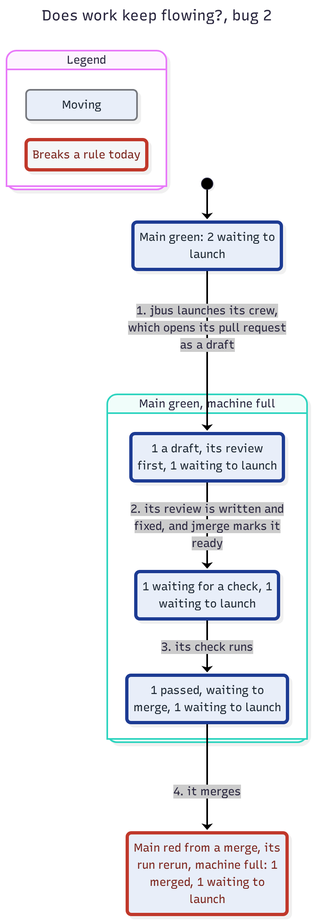
Before: features/jmerge/spec/FlowToday-statechart/bug-2.png, a diagram exported from Mermaid (JoshuaHayesWasHere/jstack). Its source is kept beside it as features/jmerge/spec/FlowToday-statechart/bug-2.mmd.
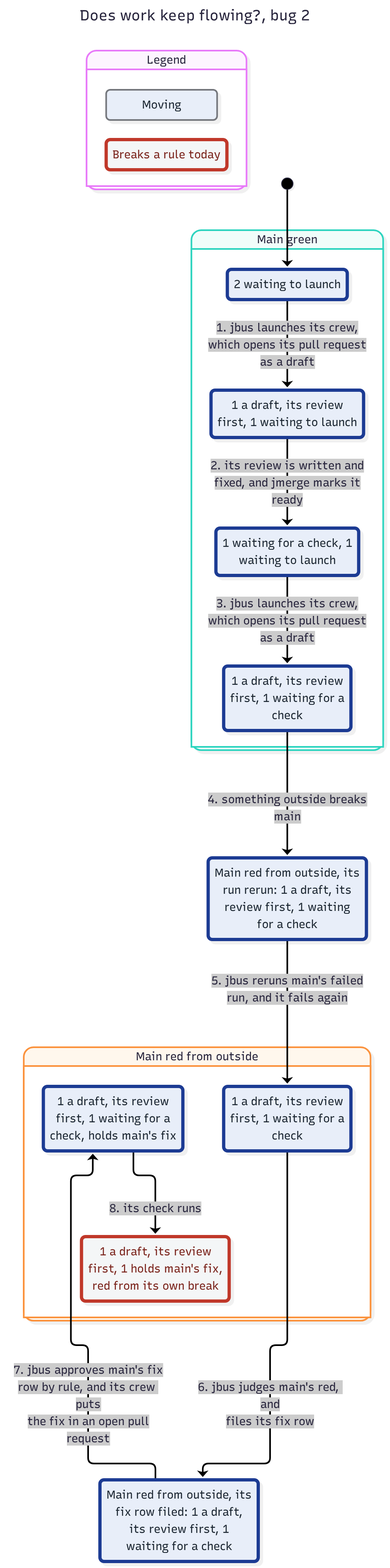
Later version of the same file.

Diff of the diagram source:
```diff
@@ -8,7 +8,6 @@
 stateDiagram-v2
   classDef plainWrong fill:#f4f6f7,stroke:#c0392b,stroke-width:4px,color:#7b241c
   classDef group1 fill:#e8eef9,stroke:#74777d,color:#1b2631
-  classDef group1Wrong fill:#e8eef9,stroke:#c0392b,stroke-width:4px,color:#7b241c
   classDef group1Path fill:#e8eef9,stroke:#1f3a93,stroke-width:4px,color:#1b2631
   state "Legend" as legend {
     state "Moving" as legendGroup1
@@ -16,20 +15,34 @@
   }
   class legendGroup1 group1
   class legendWrong plainWrong
-  state "Main green, machine full" as g0 {
-    state "1 a draft, its review<br/>first, 1 waiting to launch" as s0
-    state "1 passed, waiting to<br/>merge, 1 waiting to launch" as s1
+  state "Main green" as g0 {
+    state "1 a draft, its review<br/>first, 1 waiting for a<br/>check" as s0
+    state "1 a draft, its review<br/>first, 1 waiting to launch" as s1
     state "1 waiting for a check, 1<br/>waiting to launch" as s2
+    state "2 waiting to launch" as s3
   }
-  state "Main green: 2 waiting to<br/>launch" as s3
-  state "Main red from a merge, its<br/>run rerun, machine full: 1<br/>merged, 1 waiting to<br/>launch" as s4
+  state "Main red from outside" as g1 {
+    state "1 a draft, its review<br/>first, 1 holds main's fix,<br/>red from its own break" as s4
+    state "1 a draft, its review<br/>first, 1 waiting for a<br/>check" as s5
+    state "1 a draft, its review<br/>first, 1 waiting for a<br/>check, holds main's fix" as s6
+  }
+  state "Main red from outside, its<br/>fix row filed: 1 a draft,<br/>its review first, 1<br/>waiting for a check" as s7
+  state "Main red from outside, its<br/>run rerun: 1 a draft, its<br/>review first, 1 waiting<br/>for a check" as s8
   [*] --> s3
-  s3 --> s0 : 1. jbus launches its crew,<br/>which opens its pull request<br/>as a draft
-  s0 --> s2 : 2. its review is written and<br/>fixed, and jmerge marks it<br/>ready
-  s2 --> s1 : 3. its check runs
-  s1 --> s4 : 4. it merges
+  s3 --> s1 : 1. jbus launches its crew,<br/>which opens its pull request<br/>as a draft
+  s1 --> s2 : 2. its review is written and<br/>fixed, and jmerge marks it<br/>ready
+  s2 --> s0 : 3. jbus launches its crew,<br/>which opens its pull request<br/>as a draft
+  s0 --> s8 : 4. something outside breaks<br/>main
+  s8 --> s5 : 5. jbus reruns main's failed<br/>run, and it fails again
+  s5 --> s7 : 6. jbus judges main's red, and<br/>files its fix row
+  s7 --> s6 : 7. jbus approves main's fix<br/>row by rule, and its crew puts<br/>the fix in an open pull<br/>request
+  s6 --> s4 : 8. its check runs
   class s0 group1Path
   class s1 group1Path
   class s2 group1Path
   class s3 group1Path
-  class s4 group1Wrong
+  class s7 group1Path
+  class s8 group1Path
+  class s4 plainWrong
+  class s5 group1Path
+  class s6 group1Path
```
